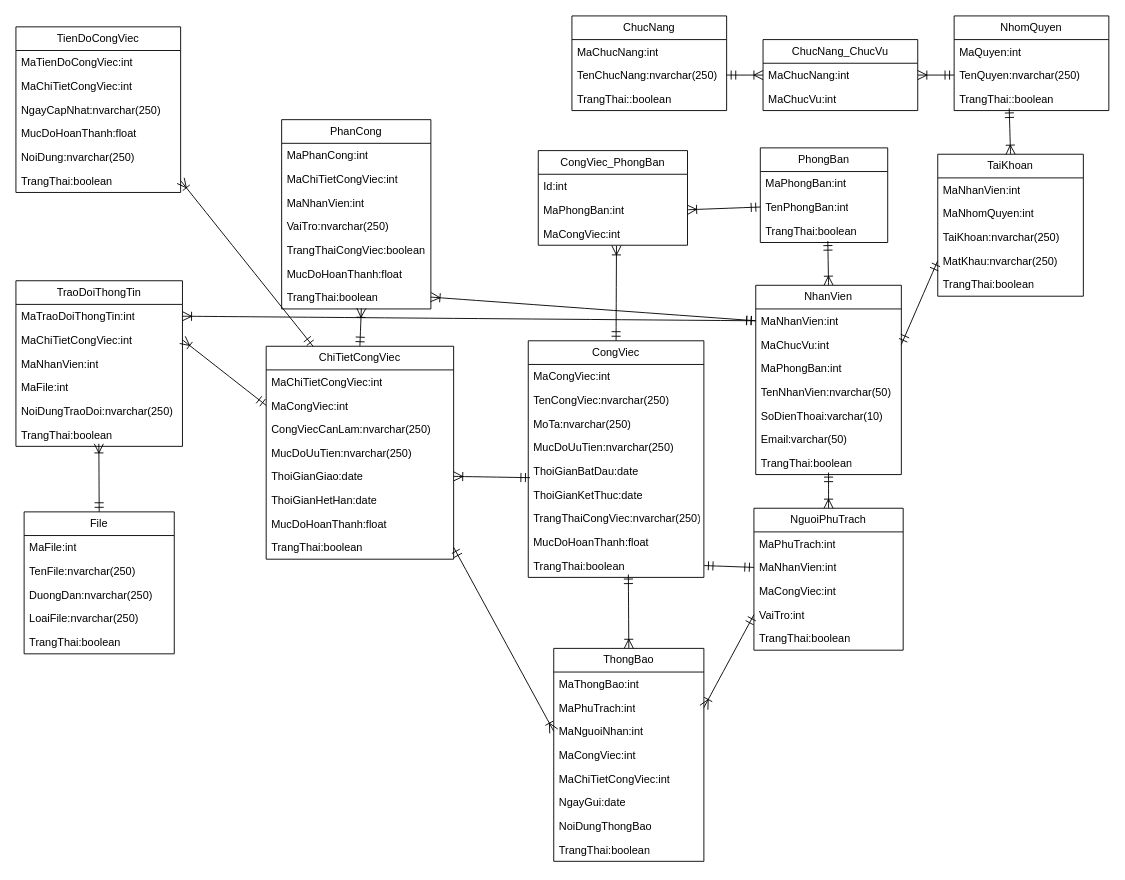
Above: dacn+.net.drawio in maivantai2003/vercelDemo (draw.io), before the change. Source tidied: cells renumbered, new cells numbered last; positions are measured from the earlier drawing's top-left corner, leaving out a move shared by most shapes. Both pictures are drawn from the tidied source at 91%, with x=0, y=0 at pixel (15, 15).
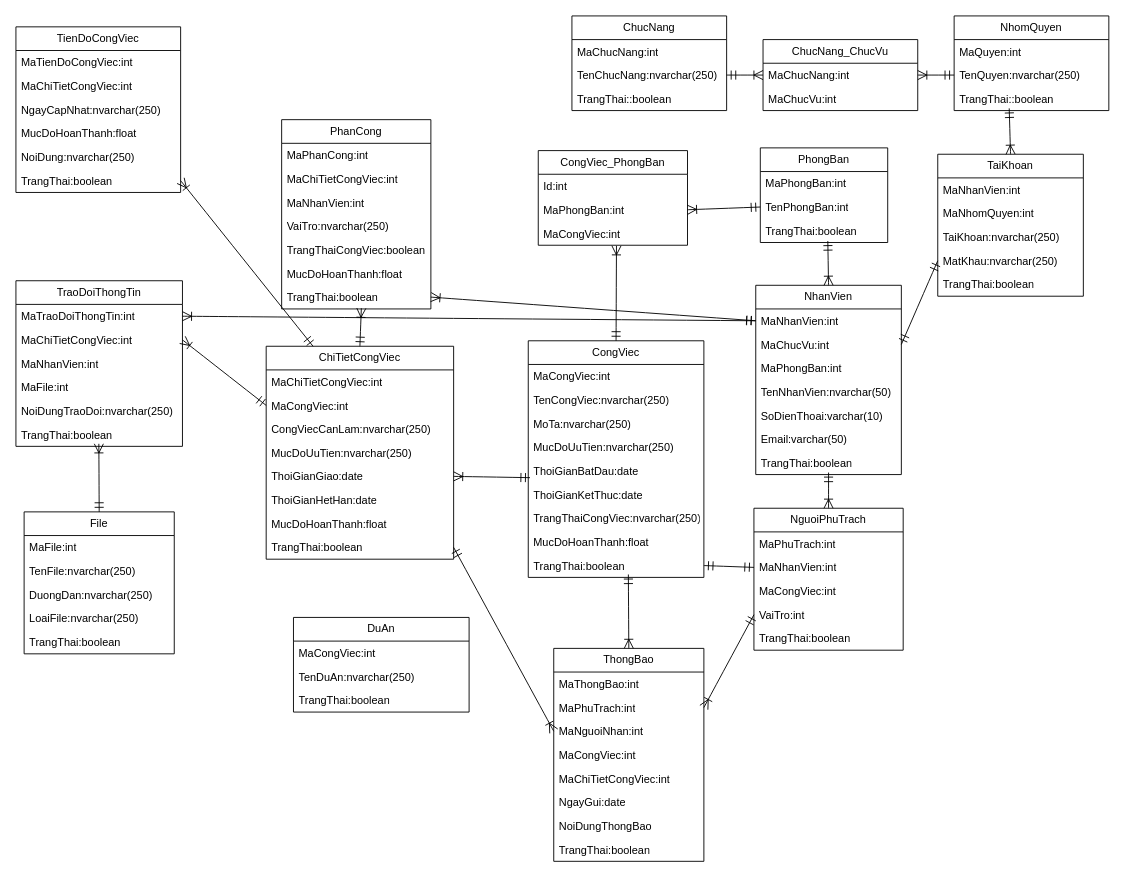
After the change.

Commit message:
Cập nhật dacn+.net.drawio

What changed in the source:
```diff
@@
+    <mxCell id="117" value="DuAn" style="swimlane;fontStyle=0;horizontal=1;startSize=26;fillColor=none;whiteSpace=wrap;html=1;" parent="1" vertex="1">
+      <mxGeometry x="305" y="661" width="193" height="104" as="geometry" />
+    </mxCell>
+    <mxCell id="118" value="MaCongViec:int" style="text;strokeColor=none;fillColor=none;align=left;verticalAlign=top;spacingLeft=4;spacingRight=4;overflow=hidden;whiteSpace=wrap;html=1;" parent="117" vertex="1">
+      <mxGeometry y="26" width="193" height="26" as="geometry" />
+    </mxCell>
+    <mxCell id="119" value="TenDuAn:nvarchar(250)" style="text;strokeColor=none;fillColor=none;align=left;verticalAlign=top;spacingLeft=4;spacingRight=4;overflow=hidden;whiteSpace=wrap;html=1;" parent="117" vertex="1">
+      <mxGeometry y="52" width="193" height="26" as="geometry" />
+    </mxCell>
+    <mxCell id="120" value="TrangThai:boolean" style="text;strokeColor=none;fillColor=none;align=left;verticalAlign=top;spacingLeft=4;spacingRight=4;overflow=hidden;whiteSpace=wrap;html=1;" parent="117" vertex="1">
+      <mxGeometry y="78" width="193" height="26" as="geometry" />
+    </mxCell>
```
